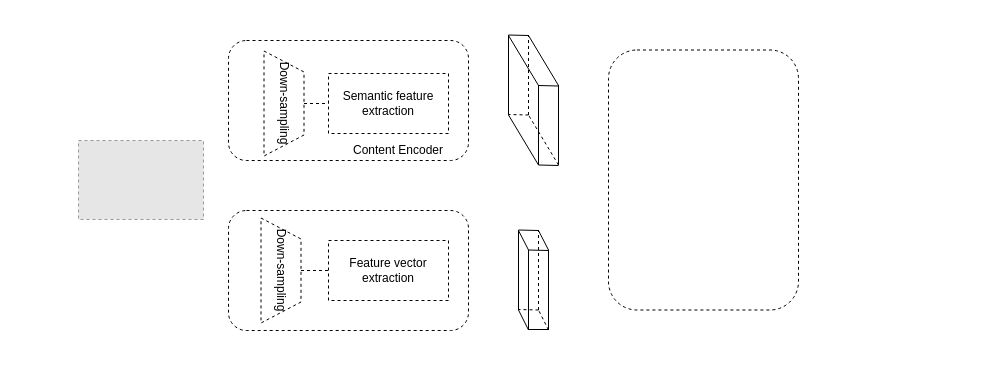
Above: GAN.drawio in Gavinic/Algorithms (draw.io), before the change. Source tidied: cells renumbered, new cells numbered last; positions are measured from the earlier drawing's top-left corner, leaving out a move shared by most shapes. Both pictures are drawn from the tidied source at 100%, with x=0, y=0 at pixel (78, 34). Pictures stored in the file or linked from it are replaced by grey dashed boxes.
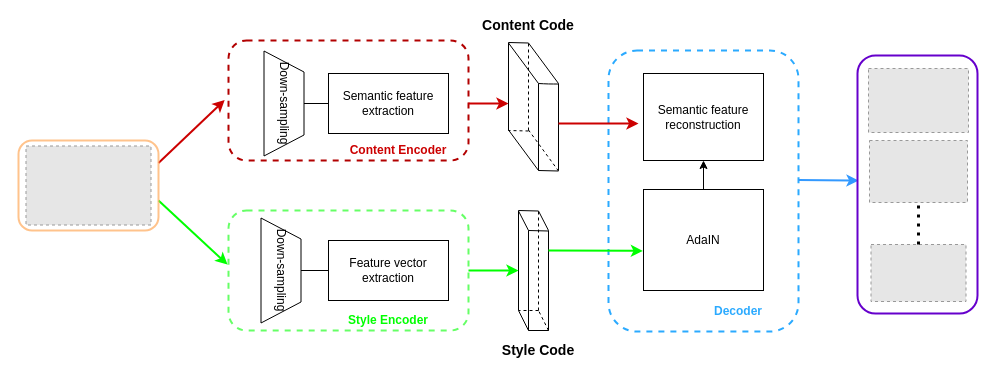
Above is the later version.

What changed in the source:
```diff
@@
     <mxCell id="2" style="fillColor=#E6E6E6;strokeColor=#999999;dashed=1;verticalLabelPosition=bottom;verticalAlign=top;" parent="1" vertex="1">
-      <mxGeometry y="106" width="125" height="79" as="geometry" />
+      <mxGeometry x="-52.5" y="111.5" width="125" height="79" as="geometry" />
     </mxCell>
-    <mxCell id="3" style="rounded=1;whiteSpace=wrap;html=1;dashed=1;" parent="1" vertex="1">
+    <mxCell id="3" style="rounded=1;whiteSpace=wrap;html=1;dashed=1;fillColor=none;strokeColor=#B20000;fontColor=#ffffff;strokeWidth=2;" parent="1" vertex="1">
       <mxGeometry x="150" y="6" width="240" height="120" as="geometry" />
     </mxCell>
-    <mxCell id="4" style="rounded=1;whiteSpace=wrap;html=1;dashed=1;" parent="1" vertex="1">
+    <mxCell id="4" style="rounded=1;whiteSpace=wrap;html=1;dashed=1;fillColor=none;strokeColor=#66FF66;strokeWidth=2;" parent="1" vertex="1">
       <mxGeometry x="150" y="176" width="240" height="120" as="geometry" />
     </mxCell>
-    <mxCell id="5" style="endArrow=none;html=1;shadow=0;" parent="1" edge="1">
+    <mxCell id="5" style="endArrow=none;html=1;shadow=0;strokeColor=#000000;" parent="1" edge="1">
       <mxGeometry relative="1" as="geometry">
-        <mxPoint x="450" y="1" as="sourcePoint" />
-        <mxPoint x="430" y="0.5" as="targetPoint" />
+        <mxPoint x="450" y="8.5" as="sourcePoint" />
+        <mxPoint x="430" y="8" as="targetPoint" />
       </mxGeometry>
     </mxCell>
-    <mxCell id="6" style="endArrow=none;html=1;shadow=0;" parent="1" edge="1">
+    <mxCell id="6" style="endArrow=none;html=1;shadow=0;strokeColor=#000000;" parent="1" edge="1">
       <mxGeometry relative="1" as="geometry">
-        <mxPoint x="460" y="51" as="sourcePoint" />
-        <mxPoint x="430" y="1" as="targetPoint" />
+        <mxPoint x="460" y="49" as="sourcePoint" />
+        <mxPoint x="430" y="8.5" as="targetPoint" />
       </mxGeometry>
     </mxCell>
-    <mxCell id="7" style="endArrow=none;html=1;shadow=0;" parent="1" edge="1">
+    <mxCell id="7" style="endArrow=none;html=1;shadow=0;strokeColor=#000000;" parent="1" edge="1">
       <mxGeometry relative="1" as="geometry">
-        <mxPoint x="480" y="51.5" as="sourcePoint" />
-        <mxPoint x="460" y="51" as="targetPoint" />
+        <mxPoint x="480" y="49.5" as="sourcePoint" />
+        <mxPoint x="460" y="49" as="targetPoint" />
+        <Array as="points">
+          <mxPoint x="470" y="49.5" />
+        </Array>
       </mxGeometry>
     </mxCell>
-    <mxCell id="8" style="endArrow=none;html=1;shadow=0;" parent="1" edge="1">
+    <mxCell id="8" style="endArrow=none;html=1;shadow=0;strokeColor=#000000;" parent="1" edge="1">
       <mxGeometry relative="1" as="geometry">
-        <mxPoint x="480" y="51" as="sourcePoint" />
-        <mxPoint x="450" y="1" as="targetPoint" />
+        <mxPoint x="480" y="49" as="sourcePoint" />
+        <mxPoint x="450" y="8.5" as="targetPoint" />
       </mxGeometry>
     </mxCell>
-    <mxCell id="9" style="endArrow=none;html=1;shadow=0;" parent="1" edge="1">
+    <mxCell id="9" style="endArrow=none;html=1;shadow=0;strokeColor=#000000;edgeStyle=orthogonalEdgeStyle;" parent="1" edge="1">
       <mxGeometry relative="1" as="geometry">
-        <mxPoint x="430" y="80.5" as="sourcePoint" />
-        <mxPoint x="430" y="0.5" as="targetPoint" />
+        <mxPoint x="430" y="96" as="sourcePoint" />
+        <mxPoint x="430" y="8" as="targetPoint" />
       </mxGeometry>
     </mxCell>
-    <mxCell id="10" style="endArrow=none;html=1;shadow=0;" parent="1" edge="1">
+    <mxCell id="10" style="endArrow=none;html=1;shadow=0;strokeColor=#000000;edgeStyle=orthogonalEdgeStyle;" parent="1" edge="1">
       <mxGeometry relative="1" as="geometry">
-        <mxPoint x="460" y="130.5" as="sourcePoint" />
-        <mxPoint x="460" y="50.5" as="targetPoint" />
+        <mxPoint x="460" y="136" as="sourcePoint" />
+        <mxPoint x="460" y="49" as="targetPoint" />
       </mxGeometry>
     </mxCell>
-    <mxCell id="11" style="endArrow=none;html=1;shadow=0;" parent="1" edge="1">
+    <mxCell id="11" style="endArrow=none;html=1;shadow=0;strokeColor=#000000;" parent="1" edge="1">
       <mxGeometry relative="1" as="geometry">
-        <mxPoint x="460" y="130.5" as="sourcePoint" />
-        <mxPoint x="430" y="80.5" as="targetPoint" />
+        <mxPoint x="460" y="136" as="sourcePoint" />
+        <mxPoint x="430" y="95.5" as="targetPoint" />
       </mxGeometry>
     </mxCell>
-    <mxCell id="12" style="endArrow=none;html=1;shadow=0;" parent="1" edge="1">
+    <mxCell id="12" style="endArrow=none;html=1;shadow=0;strokeColor=#000000;" parent="1" edge="1">
       <mxGeometry relative="1" as="geometry">
-        <mxPoint x="480" y="130.5" as="sourcePoint" />
-        <mxPoint x="480" y="50.5" as="targetPoint" />
+        <mxPoint x="480" y="136" as="sourcePoint" />
+        <mxPoint x="480" y="49" as="targetPoint" />
       </mxGeometry>
     </mxCell>
-    <mxCell id="13" style="endArrow=none;html=1;shadow=0;" parent="1" edge="1">
+    <mxCell id="13" style="endArrow=none;html=1;shadow=0;strokeColor=#000000;" parent="1" edge="1">
       <mxGeometry relative="1" as="geometry">
-        <mxPoint x="480" y="131" as="sourcePoint" />
-        <mxPoint x="460" y="130.5" as="targetPoint" />
+        <mxPoint x="480" y="136.5" as="sourcePoint" />
+        <mxPoint x="460" y="136" as="targetPoint" />
       </mxGeometry>
     </mxCell>
-    <mxCell id="14" style="endArrow=none;html=1;shadow=0;dashed=1;" parent="1" edge="1">
+    <mxCell id="14" style="endArrow=none;html=1;shadow=0;dashed=1;strokeColor=#000000;" parent="1" edge="1">
       <mxGeometry relative="1" as="geometry">
-        <mxPoint x="450" y="80.5" as="sourcePoint" />
-        <mxPoint x="430" y="80" as="targetPoint" />
+        <mxPoint x="450" y="96.5" as="sourcePoint" />
+        <mxPoint x="430" y="96" as="targetPoint" />
       </mxGeometry>
     </mxCell>
-    <mxCell id="15" style="endArrow=none;html=1;shadow=0;dashed=1;" parent="1" edge="1">
+    <mxCell id="15" style="endArrow=none;html=1;shadow=0;dashed=1;strokeColor=#000000;" parent="1" edge="1">
       <mxGeometry relative="1" as="geometry">
-        <mxPoint x="450" y="80.5" as="sourcePoint" />
-        <mxPoint x="450" y="0.5" as="targetPoint" />
+        <mxPoint x="450" y="96" as="sourcePoint" />
+        <mxPoint x="450" y="8" as="targetPoint" />
       </mxGeometry>
     </mxCell>
-    <mxCell id="16" style="endArrow=none;html=1;shadow=0;dashed=1;" parent="1" edge="1">
+    <mxCell id="16" style="endArrow=none;html=1;shadow=0;dashed=1;strokeColor=#000000;" parent="1" edge="1">
       <mxGeometry relative="1" as="geometry">
-        <mxPoint x="480" y="130.5" as="sourcePoint" />
-        <mxPoint x="450" y="80.5" as="targetPoint" />
+        <mxPoint x="480" y="136.5" as="sourcePoint" />
+        <mxPoint x="450" y="95.5" as="targetPoint" />
       </mxGeometry>
     </mxCell>
     <mxCell id="17" style="endArrow=none;html=1;shadow=0;" parent="1" edge="1">
       <mxGeometry relative="1" as="geometry">
-        <mxPoint x="460" y="196" as="sourcePoint" />
-        <mxPoint x="440" y="195.5" as="targetPoint" />
+        <mxPoint x="460" y="176.5" as="sourcePoint" />
+        <mxPoint x="440" y="176" as="targetPoint" />
       </mxGeometry>
     </mxCell>
     <mxCell id="18" style="endArrow=none;html=1;shadow=0;" parent="1" edge="1">
       <mxGeometry relative="1" as="geometry">
-        <mxPoint x="450" y="215.5" as="sourcePoint" />
-        <mxPoint x="440" y="196" as="targetPoint" />
+        <mxPoint x="450" y="196" as="sourcePoint" />
+        <mxPoint x="440" y="176.5" as="targetPoint" />
       </mxGeometry>
     </mxCell>
     <mxCell id="19" style="endArrow=none;html=1;shadow=0;" parent="1" edge="1">
       <mxGeometry relative="1" as="geometry">
-        <mxPoint x="470" y="215.5" as="sourcePoint" />
-        <mxPoint x="460" y="196" as="targetPoint" />
+        <mxPoint x="470" y="196" as="sourcePoint" />
+        <mxPoint x="460" y="176.5" as="targetPoint" />
       </mxGeometry>
     </mxCell>
     <mxCell id="20" style="endArrow=none;html=1;shadow=0;" parent="1" edge="1">
       <mxGeometry relative="1" as="geometry">
-        <mxPoint x="440" y="275.5" as="sourcePoint" />
-        <mxPoint x="440" y="195.5" as="targetPoint" />
+        <mxPoint x="440" y="276" as="sourcePoint" />
+        <mxPoint x="440" y="176" as="targetPoint" />
       </mxGeometry>
     </mxCell>
     <mxCell id="21" style="endArrow=none;html=1;shadow=0;" parent="1" edge="1">
       <mxGeometry relative="1" as="geometry">
-        <mxPoint x="450" y="295.5" as="sourcePoint" />
-        <mxPoint x="450" y="215.5" as="targetPoint" />
+        <mxPoint x="450" y="296" as="sourcePoint" />
+        <mxPoint x="450" y="196" as="targetPoint" />
       </mxGeometry>
     </mxCell>
     <mxCell id="22" style="endArrow=none;html=1;shadow=0;" parent="1" edge="1">
       <mxGeometry relative="1" as="geometry">
-        <mxPoint x="450" y="295.5" as="sourcePoint" />
-        <mxPoint x="440" y="275.5" as="targetPoint" />
+        <mxPoint x="450" y="296" as="sourcePoint" />
+        <mxPoint x="440" y="276" as="targetPoint" />
       </mxGeometry>
     </mxCell>
     <mxCell id="23" style="endArrow=none;html=1;shadow=0;" parent="1" edge="1">
       <mxGeometry relative="1" as="geometry">
-        <mxPoint x="470" y="295.5" as="sourcePoint" />
-        <mxPoint x="470" y="215.5" as="targetPoint" />
+        <mxPoint x="470" y="296" as="sourcePoint" />
+        <mxPoint x="470" y="196" as="targetPoint" />
       </mxGeometry>
     </mxCell>
     <mxCell id="24" style="endArrow=none;html=1;shadow=0;" parent="1" edge="1">
       <mxGeometry relative="1" as="geometry">
-        <mxPoint x="470" y="295" as="sourcePoint" />
-        <mxPoint x="450" y="295" as="targetPoint" />
+        <mxPoint x="470" y="296" as="sourcePoint" />
+        <mxPoint x="450" y="296" as="targetPoint" />
       </mxGeometry>
     </mxCell>
     <mxCell id="25" style="endArrow=none;html=1;shadow=0;dashed=1;" parent="1" edge="1">
       <mxGeometry relative="1" as="geometry">
-        <mxPoint x="460" y="275.5" as="sourcePoint" />
-        <mxPoint x="440" y="275" as="targetPoint" />
+        <mxPoint x="460" y="276" as="sourcePoint" />
+        <mxPoint x="440" y="276" as="targetPoint" />
       </mxGeometry>
     </mxCell>
     <mxCell id="26" style="endArrow=none;html=1;shadow=0;dashed=1;" parent="1" edge="1">
       <mxGeometry relative="1" as="geometry">
-        <mxPoint x="460" y="275.5" as="sourcePoint" />
-        <mxPoint x="460" y="195.5" as="targetPoint" />
+        <mxPoint x="460" y="276" as="sourcePoint" />
+        <mxPoint x="460" y="176" as="targetPoint" />
       </mxGeometry>
     </mxCell>
     <mxCell id="27" style="endArrow=none;html=1;shadow=0;dashed=1;" parent="1" edge="1">
       <mxGeometry relative="1" as="geometry">
-        <mxPoint x="470" y="295.5" as="sourcePoint" />
-        <mxPoint x="460" y="275.5" as="targetPoint" />
+        <mxPoint x="470" y="296" as="sourcePoint" />
+        <mxPoint x="460" y="276" as="targetPoint" />
       </mxGeometry>
     </mxCell>
     <mxCell id="28" style="endArrow=none;html=1;shadow=0;" parent="1" edge="1">
       <mxGeometry relative="1" as="geometry">
-        <mxPoint x="470" y="216" as="sourcePoint" />
-        <mxPoint x="450" y="215.5" as="targetPoint" />
+        <mxPoint x="470" y="196.5" as="sourcePoint" />
+        <mxPoint x="450" y="196" as="targetPoint" />
       </mxGeometry>
     </mxCell>
-    <mxCell id="29" style="rounded=1;whiteSpace=wrap;html=1;dashed=1;" parent="1" vertex="1">
-      <mxGeometry x="530" y="15.5" width="190" height="260" as="geometry" />
+    <mxCell id="29" style="rounded=1;whiteSpace=wrap;html=1;dashed=1;fontSize=13;strokeWidth=2;strokeColor=#2BAAFF;" parent="1" vertex="1">
+      <mxGeometry x="530" y="16" width="190" height="281" as="geometry" />
     </mxCell>
-    <mxCell id="30" value="Down-sampling" style="shape=trapezoid;perimeter=trapezoidPerimeter;whiteSpace=wrap;html=1;dashed=1;rotation=90;" parent="1" vertex="1">
+    <mxCell id="30" value="Down-sampling" style="shape=trapezoid;perimeter=trapezoidPerimeter;whiteSpace=wrap;html=1;rotation=90;" parent="1" vertex="1">
       <mxGeometry x="153" y="49" width="105" height="40" as="geometry" />
     </mxCell>
-    <mxCell id="31" value="Semantic feature extraction" style="rounded=0;whiteSpace=wrap;html=1;dashed=1;" parent="1" vertex="1">
+    <mxCell id="31" value="Semantic feature extraction" style="rounded=0;whiteSpace=wrap;html=1;" parent="1" vertex="1">
       <mxGeometry x="250" y="39" width="120" height="60" as="geometry" />
     </mxCell>
-    <mxCell id="32" style="endArrow=none;dashed=1;html=1;shadow=0;exitX=0.5;exitY=0;exitDx=0;exitDy=0;" parent="1" edge="1" source="30">
+    <mxCell id="32" style="endArrow=none;html=1;shadow=0;exitX=0.5;exitY=0;exitDx=0;exitDy=0;" parent="1" edge="1" source="30">
       <mxGeometry relative="1" as="geometry">
         <mxPoint x="250" y="69" as="targetPoint" />
       </mxGeometry>
     </mxCell>
-    <mxCell id="33" value="Content Encoder" style="text;html=1;strokeColor=none;fillColor=none;align=center;verticalAlign=middle;whiteSpace=wrap;rounded=0;dashed=1;" parent="1" vertex="1">
+    <mxCell id="33" value="&lt;font color=&quot;#cc0000&quot;&gt;&lt;b&gt;Content Encoder&lt;/b&gt;&lt;/font&gt;" style="text;html=1;strokeColor=none;fillColor=none;align=center;verticalAlign=middle;whiteSpace=wrap;rounded=0;dashed=1;" parent="1" vertex="1">
       <mxGeometry x="270" y="106" width="100" height="20" as="geometry" />
     </mxCell>
-    <mxCell id="34" value="Down-sampling" style="shape=trapezoid;perimeter=trapezoidPerimeter;whiteSpace=wrap;html=1;dashed=1;rotation=90;" parent="1" vertex="1">
+    <mxCell id="34" value="Down-sampling" style="shape=trapezoid;perimeter=trapezoidPerimeter;whiteSpace=wrap;html=1;rotation=90;" parent="1" vertex="1">
       <mxGeometry x="150" y="216" width="105" height="40" as="geometry" />
     </mxCell>
-    <mxCell id="35" value="Feature vector extraction" style="rounded=0;whiteSpace=wrap;html=1;dashed=1;" parent="1" vertex="1">
+    <mxCell id="35" value="Feature vector extraction" style="rounded=0;whiteSpace=wrap;html=1;" parent="1" vertex="1">
       <mxGeometry x="250" y="206" width="120" height="60" as="geometry" />
     </mxCell>
-    <mxCell id="36" style="endArrow=none;dashed=1;html=1;shadow=0;entryX=0;entryY=0.5;entryDx=0;entryDy=0;exitX=0.5;exitY=0;exitDx=0;exitDy=0;" parent="1" edge="1" source="34" target="35">
+    <mxCell id="36" style="endArrow=none;html=1;shadow=0;entryX=0;entryY=0.5;entryDx=0;entryDy=0;exitX=0.5;exitY=0;exitDx=0;exitDy=0;" parent="1" edge="1" source="34" target="35">
       <mxGeometry relative="1" as="geometry" />
     </mxCell>
+    <mxCell id="37" value="Semantic feature reconstruction" style="rounded=0;whiteSpace=wrap;html=1;" parent="1" vertex="1">
+      <mxGeometry x="565" y="39" width="120" height="87" as="geometry" />
+    </mxCell>
+    <mxCell id="38" value="AdaIN" style="rounded=0;whiteSpace=wrap;html=1;" parent="1" vertex="1">
+      <mxGeometry x="565" y="155" width="120" height="101" as="geometry" />
+    </mxCell>
+    <mxCell id="39" style="endArrow=classic;html=1;shadow=0;exitX=0.5;exitY=0;exitDx=0;exitDy=0;" parent="1" edge="1" source="38">
+      <mxGeometry relative="1" as="geometry">
+        <mxPoint x="625" y="126" as="targetPoint" />
+      </mxGeometry>
+    </mxCell>
+    <mxCell id="40" style="endArrow=classic;html=1;shadow=0;strokeWidth=2;strokeColor=#CC0000;" parent="1" edge="1">
+      <mxGeometry relative="1" as="geometry">
+        <mxPoint x="480" y="89" as="sourcePoint" />
+        <mxPoint x="560" y="89" as="targetPoint" />
+      </mxGeometry>
+    </mxCell>
+    <mxCell id="41" style="endArrow=classic;html=1;shadow=0;strokeWidth=2;strokeColor=#00FF00;" parent="1" edge="1">
+      <mxGeometry relative="1" as="geometry">
+        <mxPoint x="390" y="236" as="sourcePoint" />
+        <mxPoint x="440" y="236" as="targetPoint" />
+      </mxGeometry>
+    </mxCell>
+    <mxCell id="42" style="endArrow=classic;html=1;shadow=0;strokeColor=#CC0000;strokeWidth=2;" parent="1" edge="1">
+      <mxGeometry relative="1" as="geometry">
+        <mxPoint x="390" y="69" as="sourcePoint" />
+        <mxPoint x="430" y="69" as="targetPoint" />
+      </mxGeometry>
+    </mxCell>
+    <mxCell id="43" style="endArrow=classic;html=1;shadow=0;entryX=-0.016;entryY=0.496;entryDx=0;entryDy=0;entryPerimeter=0;strokeColor=#CC0000;strokeWidth=2;exitX=1;exitY=0.25;exitDx=0;exitDy=0;" parent="1" edge="1" source="57" target="3">
+      <mxGeometry relative="1" as="geometry" />
+    </mxCell>
+    <mxCell id="44" style="endArrow=classic;html=1;shadow=0;entryX=-0.004;entryY=0.451;entryDx=0;entryDy=0;entryPerimeter=0;strokeWidth=2;strokeColor=#00FF00;" parent="1" edge="1" target="4">
+      <mxGeometry relative="1" as="geometry">
+        <mxPoint x="80" y="166" as="sourcePoint" />
+      </mxGeometry>
+    </mxCell>
+    <mxCell id="45" style="endArrow=classic;html=1;shadow=0;entryX=-0.005;entryY=0.608;entryDx=0;entryDy=0;entryPerimeter=0;strokeWidth=2;strokeColor=#00FF00;" parent="1" edge="1" target="38">
+      <mxGeometry relative="1" as="geometry">
+        <mxPoint x="470" y="216" as="sourcePoint" />
+      </mxGeometry>
+    </mxCell>
+    <mxCell id="46" style="endArrow=classic;html=1;shadow=0;strokeColor=#3399FF;strokeWidth=2;" parent="1" edge="1">
+      <mxGeometry relative="1" as="geometry">
+        <mxPoint x="720" y="145.5" as="sourcePoint" />
+        <mxPoint x="780" y="146" as="targetPoint" />
+      </mxGeometry>
+    </mxCell>
+    <mxCell id="47" style="rounded=1;whiteSpace=wrap;html=1;rotation=90;strokeWidth=2;strokeColor=#6600CC;" parent="1" vertex="1">
+      <mxGeometry x="710" y="90" width="258" height="120" as="geometry" />
+    </mxCell>
+    <mxCell id="48" value="&lt;font style=&quot;font-size: 14px&quot;&gt;&lt;b&gt;Content Code&lt;/b&gt;&lt;/font&gt;" style="text;html=1;strokeColor=none;fillColor=none;align=center;verticalAlign=middle;whiteSpace=wrap;rounded=0;" parent="1" vertex="1">
+      <mxGeometry x="400" y="-14" width="100" height="10" as="geometry" />
+    </mxCell>
+    <mxCell id="49" value="&lt;font style=&quot;font-size: 14px&quot;&gt;&lt;b&gt;Style Code&lt;/b&gt;&lt;/font&gt;" style="text;html=1;strokeColor=none;fillColor=none;align=center;verticalAlign=middle;whiteSpace=wrap;rounded=0;" parent="1" vertex="1">
+      <mxGeometry x="420" y="306" width="80" height="20" as="geometry" />
+    </mxCell>
+    <mxCell id="50" style="fillColor=#E6E6E6;strokeColor=#999999;dashed=1;verticalLabelPosition=bottom;labelBackgroundColor=#ffffff;verticalAlign=top;" parent="1" vertex="1">
+      <mxGeometry x="790" y="34" width="100" height="64" as="geometry" />
+    </mxCell>
+    <mxCell id="51" style="fillColor=#E6E6E6;strokeColor=#999999;dashed=1;verticalLabelPosition=bottom;labelBackgroundColor=#ffffff;verticalAlign=top;" parent="1" vertex="1">
+      <mxGeometry x="791" y="106" width="98" height="62" as="geometry" />
+    </mxCell>
+    <mxCell id="52" style="fillColor=#E6E6E6;strokeColor=#999999;dashed=1;verticalLabelPosition=bottom;labelBackgroundColor=#ffffff;verticalAlign=top;" parent="1" vertex="1">
+      <mxGeometry x="792.5" y="210" width="95" height="57" as="geometry" />
+    </mxCell>
+    <mxCell id="53" style="ellipse;whiteSpace=wrap;html=1;fillColor=#000000;" parent="1" vertex="1">
+      <mxGeometry x="837" y="190" as="geometry" />
+    </mxCell>
+    <mxCell id="54" style="endArrow=none;html=1;shadow=0;strokeWidth=3;exitX=0.5;exitY=0;exitDx=0;exitDy=0;entryX=0.5;entryY=1;entryDx=0;entryDy=0;dashed=1;dashPattern=1 2;" parent="1" edge="1" source="52" target="51">
+      <mxGeometry relative="1" as="geometry" />
+    </mxCell>
+    <mxCell id="55" value="&lt;font color=&quot;#00ff00&quot;&gt;&lt;b&gt;Style Encoder&lt;/b&gt;&lt;/font&gt;" style="text;html=1;strokeColor=none;fillColor=none;align=center;verticalAlign=middle;whiteSpace=wrap;rounded=0;opacity=80;" parent="1" vertex="1">
+      <mxGeometry x="259" y="276" width="102" height="20" as="geometry" />
+    </mxCell>
+    <mxCell id="56" value="&lt;b&gt;&lt;font color=&quot;#2baaff&quot;&gt;Decoder&lt;/font&gt;&lt;/b&gt;" style="text;html=1;strokeColor=none;fillColor=none;align=center;verticalAlign=middle;whiteSpace=wrap;rounded=0;opacity=80;" parent="1" vertex="1">
+      <mxGeometry x="630" y="267" width="60" height="20" as="geometry" />
+    </mxCell>
+    <mxCell id="57" style="rounded=1;whiteSpace=wrap;html=1;strokeColor=#FFB570;strokeWidth=2;fillColor=none;gradientColor=none;fontSize=13;opacity=80;" parent="1" vertex="1">
+      <mxGeometry x="-60" y="106" width="140" height="90" as="geometry" />
+    </mxCell>
```
